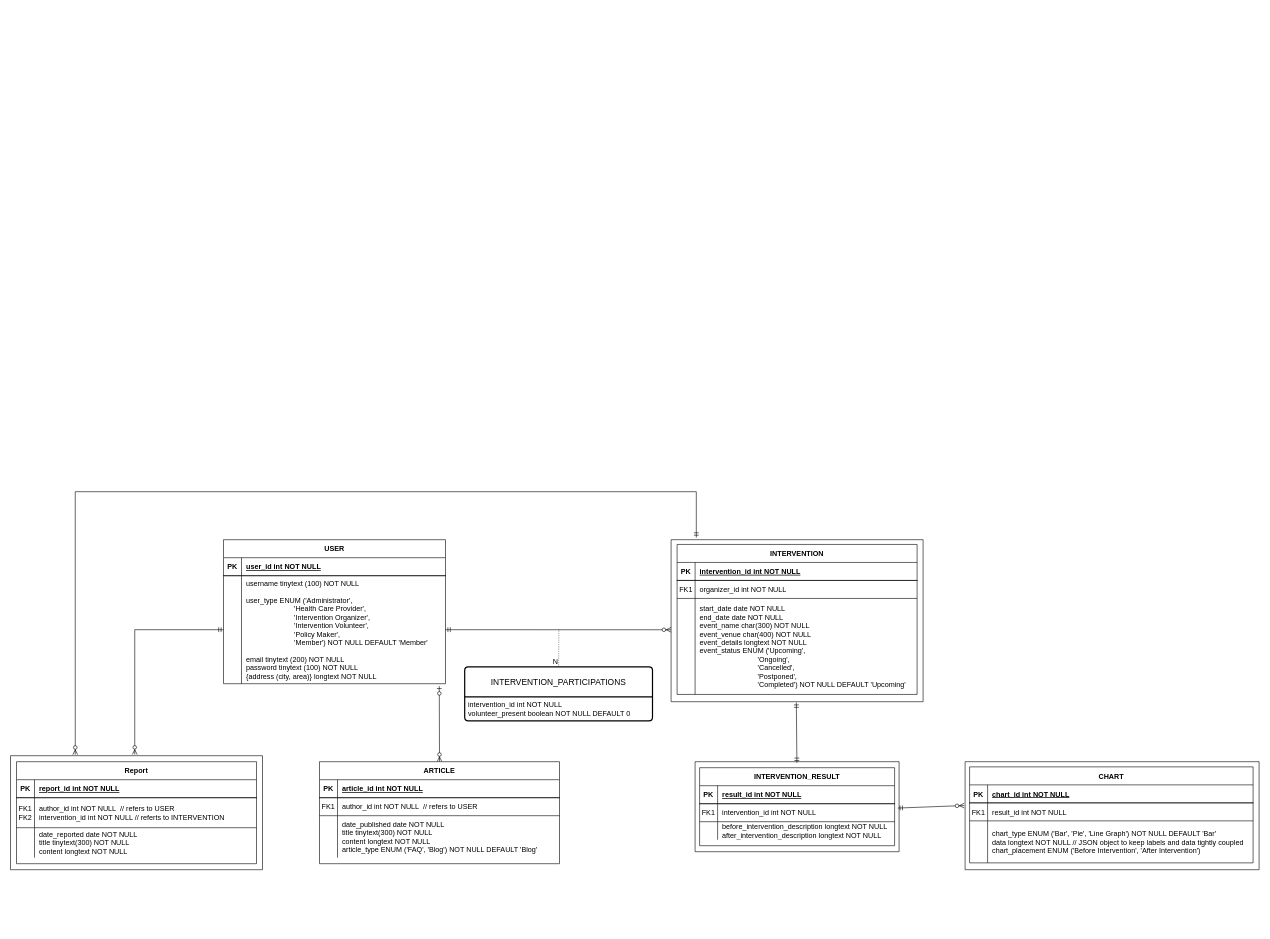
Earlier version of the draw.io diagram EERD.drawio (BloodRiver/public-health-interventions). Source tidied: cells renumbered, new cells numbered last; positions are measured from the earlier drawing's top-left corner, leaving out a move shared by most shapes. Both pictures are drawn from the tidied source at 60%, with x=0, y=0 at pixel (10, 491).
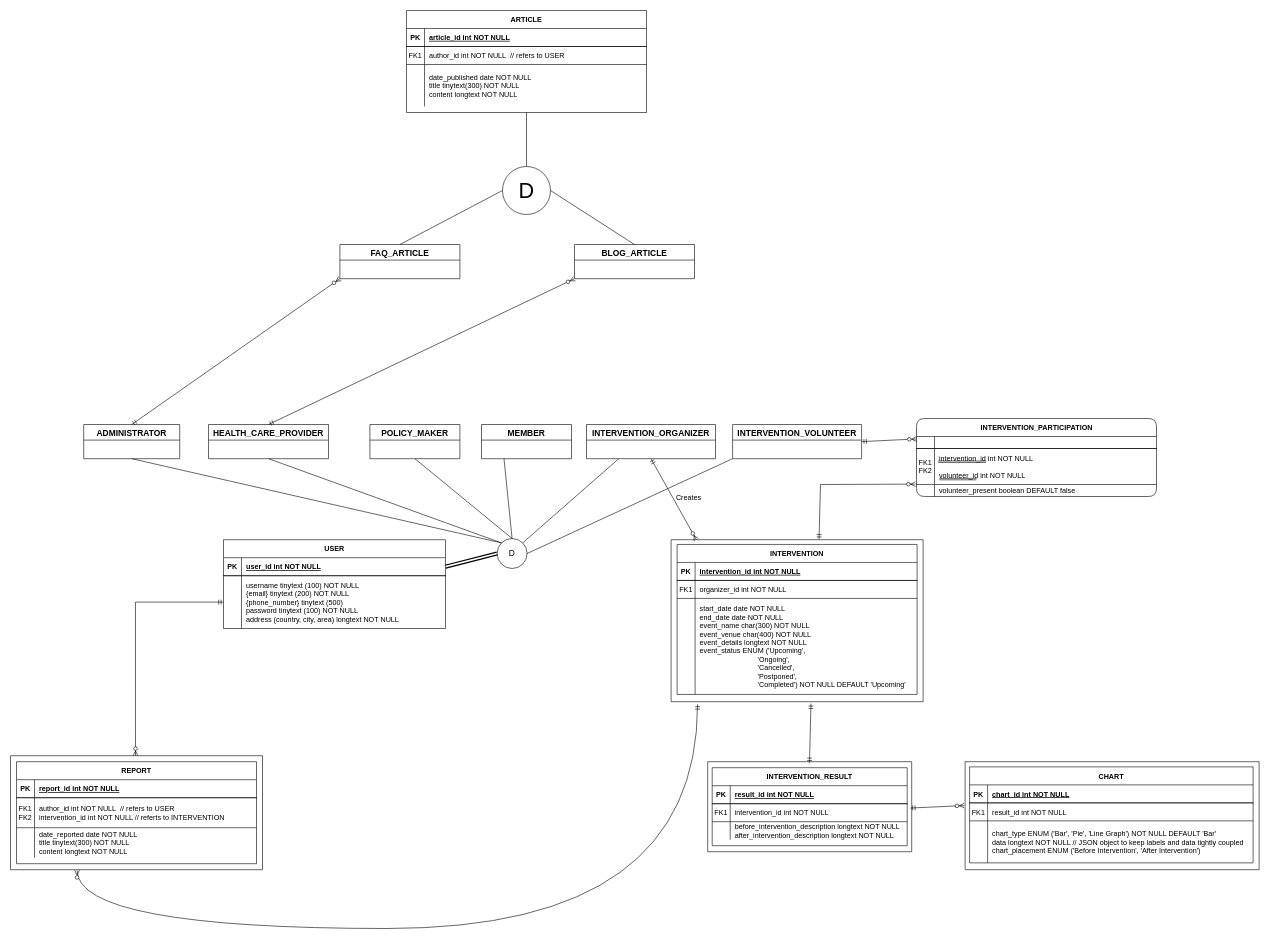
Above is the later version.

The change refers to these unchanged cells:
```xml
<mxCell id="3" style="shape=partialRectangle;fillColor=none;points=[[0,0.5],[1,0.5]];portConstraint=eastwest;top=0;left=0;right=0;bottom=1;" parent="2" vertex="1">
  <mxGeometry y="30" width="370" height="30" as="geometry" />
</mxCell>
<mxCell id="12" style="verticalLabelPosition=bottom;verticalAlign=top;html=1;shape=mxgraph.basic.rect;fillColor2=none;strokeWidth=1;size=20;indent=5;fillColor=none;" parent="11" vertex="1">
  <mxGeometry width="420" height="270" as="geometry" />
</mxCell>
<mxCell id="24" style="verticalLabelPosition=bottom;verticalAlign=top;html=1;shape=mxgraph.basic.rect;fillColor2=none;strokeWidth=1;size=20;indent=5;fillColor=none;" parent="23" vertex="1">
  <mxGeometry width="340" height="150" as="geometry" />
</mxCell>
<mxCell id="60" style="shape=partialRectangle;fillColor=none;top=0;left=0;right=0;bottom=0;" parent="53" vertex="1">
  <mxGeometry y="90" width="400" height="70" as="geometry" />
</mxCell>
```

What changed in the source:
```diff
@@
     <mxCell id="2" value="USER" style="shape=table;startSize=30;childLayout=tableLayout;rowLines=1;fontStyle=1;align=center;" parent="1" vertex="1">
-      <mxGeometry x="355" y="80" width="370" height="240" as="geometry" />
+      <mxGeometry x="355" y="80" width="370" height="148" as="geometry" />
     </mxCell>
@@
     <mxCell id="6" style="shape=partialRectangle;fillColor=none;points=[[0,0.5],[1,0.5]];portConstraint=eastwest;top=0;left=0;right=0;bottom=0;" parent="2" vertex="1">
-      <mxGeometry y="60" width="370" height="180" as="geometry" />
+      <mxGeometry y="60" width="370" height="88" as="geometry" />
     </mxCell>
     <mxCell id="7" style="shape=partialRectangle;overflow=hidden;fillColor=none;top=0;left=0;bottom=0;right=0;" parent="6" vertex="1">
-      <mxGeometry width="30" height="180" as="geometry" />
+      <mxGeometry width="30" height="88" as="geometry" />
     </mxCell>
-    <mxCell id="8" value="username tinytext (100) NOT NULL&#10;&#10;user_type ENUM ('Administrator',&#10;                        'Health Care Provider',&#10;                        'Intervention Organizer',&#10;                        'Intervention Volunteer',&#10;                        'Policy Maker',&#10;                        'Member') NOT NULL DEFAULT 'Member'&#10;&#10;email tinytext (200) NOT NULL&#10;password tinytext (100) NOT NULL&#10;{address (city, area)} longtext NOT NULL" style="shape=partialRectangle;overflow=hidden;fillColor=none;top=0;left=0;bottom=0;right=0;align=left;spacingLeft=6;" parent="6" vertex="1">
-      <mxGeometry x="30" width="340" height="180" as="geometry" />
+    <mxCell id="8" value="username tinytext (100) NOT NULL&#10;{email} tinytext (200) NOT NULL&#10;{phone_number} tinytext (500)&#10;password tinytext (100) NOT NULL&#10;address (country, city, area) longtext NOT NULL" style="shape=partialRectangle;overflow=hidden;fillColor=none;top=0;left=0;bottom=0;right=0;align=left;spacingLeft=6;" parent="6" vertex="1">
+      <mxGeometry x="30" width="340" height="88" as="geometry" />
     </mxCell>
-    <mxCell id="9" style="fontSize=12;html=1;endArrow=ERmandOne;startArrow=ERmandOne;rounded=0;entryX=0.497;entryY=1.005;entryDx=0;entryDy=0;entryPerimeter=0;exitX=0.499;exitY=0.013;exitDx=0;exitDy=0;exitPerimeter=0;" parent="1" edge="1" source="24" target="12">
+    <mxCell id="9" style="fontSize=12;html=1;endArrow=ERmandOne;startArrow=ERmandOne;rounded=0;entryX=0.555;entryY=1.012;entryDx=0;entryDy=0;entryPerimeter=0;exitX=0.499;exitY=0.013;exitDx=0;exitDy=0;exitPerimeter=0;" parent="1" edge="1" source="24" target="12">
       <mxGeometry relative="1" as="geometry" />
     </mxCell>
-    <mxCell id="10" style="fontSize=12;html=1;endArrow=ERzeroToMany;startArrow=ERmandOne;rounded=0;exitX=1;exitY=0.5;exitDx=0;exitDy=0;entryX=0;entryY=0.556;entryDx=0;entryDy=0;entryPerimeter=0;" parent="1" edge="1" source="6" target="12">
+    <mxCell id="10" style="fontSize=12;html=1;endArrow=ERzeroToMany;startArrow=ERmandOne;rounded=0;exitX=1;exitY=0.5;exitDx=0;exitDy=0;entryX=0;entryY=0.206;entryDx=0;entryDy=0;entryPerimeter=0;" parent="1" edge="1" source="80" target="105">
       <mxGeometry relative="1" as="geometry" />
     </mxCell>
@@
     <mxCell id="23" style="group;" parent="1" vertex="1">
-      <mxGeometry x="1141" y="450" width="340" height="150" as="geometry" />
+      <mxGeometry x="1162" y="450" width="340" height="150" as="geometry" />
     </mxCell>
@@
-    <mxCell id="48" value="INTERVENTION_PARTICIPATIONS" style="swimlane;horizontal=1;startSize=50;rounded=1;fontSize=14;fontStyle=0;strokeWidth=2;shadow=0;dashed=0;align=center;arcSize=4;whiteSpace=wrap;html=1;" parent="1" vertex="1">
-      <mxGeometry x="757" y="292" width="313" height="90" as="geometry" />
-    </mxCell>
-    <mxCell id="49" value="intervention_id int NOT NULL&lt;div&gt;volunteer_present boolean NOT NULL DEFAULT 0&lt;/div&gt;" style="align=left;strokeColor=none;fillColor=none;spacingLeft=4;fontSize=12;verticalAlign=top;html=1;" parent="48" vertex="1">
-      <mxGeometry y="50" width="313" height="40" as="geometry" />
-    </mxCell>
-    <mxCell id="50" style="endArrow=none;html=1;rounded=0;dashed=1;dashPattern=1 2;entryX=0.5;entryY=0;entryDx=0;entryDy=0;" parent="1" edge="1" target="48">
-      <mxGeometry relative="1" as="geometry">
-        <mxPoint x="914" y="230" as="sourcePoint" />
-      </mxGeometry>
-    </mxCell>
-    <mxCell id="51" value="N" style="html=1;whiteSpace=wrap;align=right;verticalAlign=bottom;" parent="50" vertex="1">
-      <mxGeometry x="1" relative="1" as="geometry" />
-    </mxCell>
-    <mxCell id="52" style="fontSize=12;html=1;endArrow=ERzeroToMany;startArrow=ERzeroToOne;rounded=0;entryX=0.5;entryY=0;entryDx=0;entryDy=0;exitX=0.972;exitY=1.023;exitDx=0;exitDy=0;exitPerimeter=0;" parent="1" edge="1" source="6" target="53">
-      <mxGeometry relative="1" as="geometry" />
-    </mxCell>
     <mxCell id="53" value="ARTICLE" style="shape=table;startSize=30;childLayout=tableLayout;rowLines=1;fontStyle=1;align=center;strokeColor=default;noLabel=0;" parent="1" vertex="1">
-      <mxGeometry x="515" y="450" width="400" height="170" as="geometry" />
+      <mxGeometry x="660" y="-802" width="400" height="170" as="geometry" />
     </mxCell>
@@
-    <mxCell id="62" value="date_published date NOT NULL&#10;title tinytext(300) NOT NULL&#10;content longtext NOT NULL&#10;article_type ENUM ('FAQ', 'Blog') NOT NULL DEFAULT 'Blog'" style="shape=partialRectangle;overflow=hidden;fillColor=none;top=0;left=0;bottom=0;right=0;align=left;spacingLeft=6;" parent="60" vertex="1">
+    <mxCell id="62" value="date_published date NOT NULL&#10;title tinytext(300) NOT NULL&#10;content longtext NOT NULL" style="shape=partialRectangle;overflow=hidden;fillColor=none;top=0;left=0;bottom=0;right=0;align=left;spacingLeft=6;" parent="60" vertex="1">
       <mxGeometry x="30" width="370" height="70" as="geometry" />
     </mxCell>
-    <mxCell id="63" style="group;" parent="1" vertex="1">
-      <mxGeometry y="440" width="420" height="190" as="geometry" />
-    </mxCell>
+    <mxCell id="75" style="edgeStyle=orthogonalEdgeStyle;fontSize=12;html=1;endArrow=ERzeroToMany;startArrow=ERmandOne;rounded=0;exitX=0;exitY=0.5;exitDx=0;exitDy=0;entryX=0.496;entryY=0;entryDx=0;entryDy=0;entryPerimeter=0;" parent="1" edge="1" source="6" target="64">
+      <mxGeometry relative="1" as="geometry" />
+    </mxCell>
+    <mxCell id="76" style="edgeStyle=orthogonalEdgeStyle;fontSize=12;html=1;endArrow=ERzeroToMany;startArrow=ERmandOne;rounded=0;exitX=0.105;exitY=1.016;exitDx=0;exitDy=0;exitPerimeter=0;curved=1;entryX=0.264;entryY=1.005;entryDx=0;entryDy=0;entryPerimeter=0;" parent="1" edge="1" source="12" target="64">
+      <mxGeometry relative="1" as="geometry">
+        <Array as="points">
+          <mxPoint x="1145" y="728" />
+          <mxPoint x="111" y="728" />
+        </Array>
+      </mxGeometry>
+    </mxCell>
+    <mxCell id="77" value="ADMINISTRATOR" style="swimlane;fontStyle=1;horizontal=1;startSize=26;align=center;fontSize=14;" parent="1" vertex="1">
+      <mxGeometry x="122" y="-112" width="160" height="57" as="geometry" />
+    </mxCell>
+    <mxCell id="78" value="HEALTH_CARE_PROVIDER" style="swimlane;fontStyle=1;horizontal=1;startSize=26;align=center;fontSize=14;" parent="1" vertex="1">
+      <mxGeometry x="330" y="-112" width="200" height="57" as="geometry" />
+    </mxCell>
+    <mxCell id="79" value="INTERVENTION_ORGANIZER" style="swimlane;fontStyle=1;horizontal=1;startSize=26;align=center;fontSize=14;" parent="1" vertex="1">
+      <mxGeometry x="960" y="-112" width="215" height="57" as="geometry" />
+    </mxCell>
+    <mxCell id="80" value="INTERVENTION_VOLUNTEER" style="swimlane;fontStyle=1;horizontal=1;startSize=26;align=center;fontSize=14;" parent="1" vertex="1">
+      <mxGeometry x="1203.5" y="-112" width="215" height="57" as="geometry" />
+    </mxCell>
+    <mxCell id="81" value="POLICY_MAKER" style="swimlane;fontStyle=1;horizontal=1;startSize=26;align=center;fontSize=14;" parent="1" vertex="1">
+      <mxGeometry x="599" y="-112" width="150" height="57" as="geometry" />
+    </mxCell>
+    <mxCell id="82" value="MEMBER" style="swimlane;fontStyle=1;horizontal=1;startSize=26;align=center;fontSize=14;" parent="1" vertex="1">
+      <mxGeometry x="785" y="-112" width="150" height="57" as="geometry" />
+    </mxCell>
+    <mxCell id="83" style="fontSize=12;html=1;endArrow=ERzeroToMany;startArrow=ERmandOne;rounded=0;exitX=0.5;exitY=0;exitDx=0;exitDy=0;entryX=0;entryY=1;entryDx=0;entryDy=0;" parent="1" edge="1" source="77" target="87">
+      <mxGeometry relative="1" as="geometry" />
+    </mxCell>
+    <mxCell id="84" style="fontSize=12;html=1;endArrow=ERzeroToMany;startArrow=ERmandOne;rounded=0;exitX=0.5;exitY=0;exitDx=0;exitDy=0;entryX=0;entryY=1;entryDx=0;entryDy=0;" parent="1" edge="1" source="78" target="88">
+      <mxGeometry relative="1" as="geometry" />
+    </mxCell>
+    <mxCell id="85" value="&lt;font style=&quot;font-size: 36px;&quot;&gt;D&lt;/font&gt;" style="ellipse;whiteSpace=wrap;html=1;" parent="1" vertex="1">
+      <mxGeometry x="820" y="-542" width="80" height="80" as="geometry" />
+    </mxCell>
+    <mxCell id="86" style="endArrow=none;html=1;rounded=0;entryX=0.5;entryY=1;entryDx=0;entryDy=0;exitX=0.5;exitY=0;exitDx=0;exitDy=0;" parent="1" edge="1" source="85" target="53">
+      <mxGeometry relative="1" as="geometry" />
+    </mxCell>
+    <mxCell id="87" value="FAQ_ARTICLE" style="swimlane;fontStyle=1;horizontal=1;startSize=26;align=center;fontSize=14;" parent="1" vertex="1">
+      <mxGeometry x="549" y="-412" width="200" height="57" as="geometry" />
+    </mxCell>
+    <mxCell id="88" value="BLOG_ARTICLE" style="swimlane;fontStyle=1;horizontal=1;startSize=26;align=center;fontSize=14;" parent="1" vertex="1">
+      <mxGeometry x="940" y="-412" width="200" height="57" as="geometry" />
+    </mxCell>
+    <mxCell id="89" style="endArrow=none;html=1;rounded=0;entryX=0;entryY=0.5;entryDx=0;entryDy=0;exitX=0.5;exitY=0;exitDx=0;exitDy=0;" parent="1" edge="1" source="87" target="85">
+      <mxGeometry relative="1" as="geometry" />
+    </mxCell>
+    <mxCell id="90" style="endArrow=none;html=1;rounded=0;entryX=0.5;entryY=0;entryDx=0;entryDy=0;exitX=1;exitY=0.5;exitDx=0;exitDy=0;" parent="1" edge="1" source="85" target="88">
+      <mxGeometry relative="1" as="geometry" />
+    </mxCell>
+    <mxCell id="91" style="group;" parent="1" vertex="1">
+      <mxGeometry y="440" width="420" height="190" as="geometry" />
+    </mxCell>
-    <mxCell id="64" style="verticalLabelPosition=bottom;verticalAlign=top;html=1;shape=mxgraph.basic.rect;fillColor2=none;strokeWidth=1;size=20;indent=5;fillColor=none;" parent="63" vertex="1">
+    <mxCell id="64" style="verticalLabelPosition=bottom;verticalAlign=top;html=1;shape=mxgraph.basic.rect;fillColor2=none;strokeWidth=1;size=20;indent=5;fillColor=none;" parent="91" vertex="1">
       <mxGeometry width="420" height="190" as="geometry" />
     </mxCell>
-    <mxCell id="65" value="Report" style="shape=table;startSize=30;childLayout=tableLayout;rowLines=1;fontStyle=1;align=center;strokeColor=default;noLabel=0;" parent="63" vertex="1">
+    <mxCell id="65" value="REPORT" style="shape=table;startSize=30;childLayout=tableLayout;rowLines=1;fontStyle=1;align=center;strokeColor=default;noLabel=0;" parent="91" vertex="1">
       <mxGeometry x="10" y="10" width="400" height="170" as="geometry" />
     </mxCell>
@@
-    <mxCell id="75" style="edgeStyle=orthogonalEdgeStyle;fontSize=12;html=1;endArrow=ERzeroToMany;startArrow=ERmandOne;rounded=0;exitX=0;exitY=0.5;exitDx=0;exitDy=0;entryX=0.493;entryY=-0.01;entryDx=0;entryDy=0;entryPerimeter=0;" parent="1" edge="1" source="6" target="64">
-      <mxGeometry relative="1" as="geometry" />
-    </mxCell>
-    <mxCell id="76" style="edgeStyle=orthogonalEdgeStyle;fontSize=12;html=1;endArrow=ERzeroToMany;startArrow=ERmandOne;rounded=0;exitX=0.1;exitY=-0.013;exitDx=0;exitDy=0;entryX=0.257;entryY=-0.009;entryDx=0;entryDy=0;entryPerimeter=0;exitPerimeter=0;" parent="1" edge="1" source="12" target="64">
-      <mxGeometry relative="1" as="geometry">
-        <Array as="points">
-          <mxPoint x="1143" />
-          <mxPoint x="108" />
-        </Array>
-      </mxGeometry>
-    </mxCell>
+    <mxCell id="92" style="fontSize=12;html=1;endArrow=ERzeroToMany;startArrow=ERmandOne;rounded=0;exitX=0.5;exitY=1;exitDx=0;exitDy=0;entryX=0.1;entryY=0;entryDx=0;entryDy=0;entryPerimeter=0;" parent="1" edge="1" source="79" target="12">
+      <mxGeometry relative="1" as="geometry" />
+    </mxCell>
+    <mxCell id="93" value="&lt;font style=&quot;font-size: 14px;&quot;&gt;D&lt;/font&gt;" style="ellipse;whiteSpace=wrap;html=1;" parent="1" vertex="1">
+      <mxGeometry x="811" y="78" width="50" height="50" as="geometry" />
+    </mxCell>
+    <mxCell id="94" style="endArrow=none;html=1;rounded=0;entryX=0.5;entryY=1;entryDx=0;entryDy=0;exitX=0;exitY=0;exitDx=0;exitDy=0;" parent="1" edge="1" source="93" target="77">
+      <mxGeometry relative="1" as="geometry" />
+    </mxCell>
+    <mxCell id="95" style="endArrow=none;html=1;rounded=0;entryX=0;entryY=0.5;entryDx=0;entryDy=0;exitX=1;exitY=0.5;exitDx=0;exitDy=0;shape=link;strokeWidth=2;" parent="1" edge="1" source="3" target="93">
+      <mxGeometry relative="1" as="geometry" />
+    </mxCell>
+    <mxCell id="96" style="endArrow=none;html=1;rounded=0;entryX=0.25;entryY=1;entryDx=0;entryDy=0;exitX=1;exitY=0;exitDx=0;exitDy=0;" parent="1" edge="1" source="93" target="79">
+      <mxGeometry relative="1" as="geometry" />
+    </mxCell>
+    <mxCell id="97" style="endArrow=none;html=1;rounded=0;entryX=0.5;entryY=1;entryDx=0;entryDy=0;exitX=0;exitY=0;exitDx=0;exitDy=0;" parent="1" edge="1" source="93" target="78">
+      <mxGeometry relative="1" as="geometry" />
+    </mxCell>
+    <mxCell id="98" style="endArrow=none;html=1;rounded=0;entryX=0.5;entryY=1;entryDx=0;entryDy=0;exitX=0.5;exitY=0;exitDx=0;exitDy=0;" parent="1" edge="1" source="93" target="81">
+      <mxGeometry relative="1" as="geometry" />
+    </mxCell>
+    <mxCell id="99" style="endArrow=none;html=1;rounded=0;entryX=0.25;entryY=1;entryDx=0;entryDy=0;exitX=0.5;exitY=0;exitDx=0;exitDy=0;" parent="1" edge="1" source="93" target="82">
+      <mxGeometry relative="1" as="geometry" />
+    </mxCell>
+    <mxCell id="100" style="endArrow=none;html=1;rounded=0;entryX=0;entryY=1;entryDx=0;entryDy=0;exitX=1;exitY=0.5;exitDx=0;exitDy=0;" parent="1" edge="1" source="93" target="80">
+      <mxGeometry relative="1" as="geometry" />
+    </mxCell>
+    <mxCell id="101" style="fontSize=12;html=1;endArrow=ERzeroToMany;startArrow=ERmandOne;rounded=0;exitX=0.587;exitY=-0.002;exitDx=0;exitDy=0;entryX=-0.004;entryY=0.99;entryDx=0;entryDy=0;exitPerimeter=0;entryPerimeter=0;" parent="1" edge="1" source="12" target="108">
+      <mxGeometry relative="1" as="geometry">
+        <Array as="points">
+          <mxPoint x="1350" y="-12" />
+        </Array>
+      </mxGeometry>
+    </mxCell>
+    <mxCell id="102" value="Creates" style="text;html=1;align=center;verticalAlign=middle;strokeColor=none;fillColor=none;" parent="1" vertex="1">
+      <mxGeometry x="1095" y="-4" width="70" height="30" as="geometry" />
+    </mxCell>
+    <mxCell id="103" style="group;" parent="1" vertex="1">
+      <mxGeometry x="1510" y="-122" width="400" height="130" as="geometry" />
+    </mxCell>
+    <mxCell id="104" value="INTERVENTION_PARTICIPATION" style="shape=table;startSize=30;childLayout=tableLayout;rowLines=1;fontStyle=1;align=center;strokeColor=default;noLabel=0;rounded=1;html=1;" parent="103" vertex="1">
+      <mxGeometry width="400" height="130" as="geometry" />
+    </mxCell>
+    <mxCell id="105" style="shape=partialRectangle;fillColor=none;points=[[0,0.5],[1,0.5]];portConstraint=eastwest;top=0;left=0;right=0;bottom=1;" parent="104" vertex="1">
+      <mxGeometry y="30" width="400" height="20" as="geometry" />
+    </mxCell>
+    <mxCell id="106" style="shape=partialRectangle;overflow=hidden;fillColor=none;top=0;left=0;bottom=0;right=0;fontStyle=1;" parent="105" vertex="1">
+      <mxGeometry width="30" height="20" as="geometry" />
+    </mxCell>
+    <mxCell id="107" style="shape=partialRectangle;overflow=hidden;fillColor=none;top=0;left=0;bottom=0;right=0;align=left;spacingLeft=6;fontStyle=5;" parent="105" vertex="1">
+      <mxGeometry x="30" width="370" height="20" as="geometry" />
+    </mxCell>
+    <mxCell id="108" style="shape=partialRectangle;fillColor=none;points=[[0,0.5],[1,0.5]];portConstraint=eastwest;top=0;left=0;right=0;bottom=0;" parent="104" vertex="1">
+      <mxGeometry y="50" width="400" height="60" as="geometry" />
+    </mxCell>
+    <mxCell id="109" value="FK1&#10;FK2" style="shape=partialRectangle;overflow=hidden;fillColor=none;top=0;left=0;bottom=0;right=0;" parent="108" vertex="1">
+      <mxGeometry width="30" height="60" as="geometry" />
+    </mxCell>
+    <mxCell id="110" value="intervention_id int NOT NULL&#10;&#10;volunteer_id int NOT NULL" style="shape=partialRectangle;overflow=hidden;fillColor=none;top=0;left=0;bottom=0;right=0;align=left;spacingLeft=6;fontStyle=0;" parent="108" vertex="1">
+      <mxGeometry x="30" width="370" height="60" as="geometry" />
+    </mxCell>
+    <mxCell id="111" style="shape=partialRectangle;fillColor=none;top=0;left=0;right=0;bottom=0;" parent="104" vertex="1">
+      <mxGeometry y="110" width="400" height="20" as="geometry" />
+    </mxCell>
+    <mxCell id="112" style="shape=partialRectangle;overflow=hidden;fillColor=none;top=0;left=0;bottom=0;right=0;" parent="111" vertex="1">
+      <mxGeometry width="30" height="20" as="geometry" />
+    </mxCell>
+    <mxCell id="113" value="volunteer_present boolean DEFAULT false" style="shape=partialRectangle;overflow=hidden;fillColor=none;top=0;left=0;bottom=0;right=0;align=left;spacingLeft=6;" parent="111" vertex="1">
+      <mxGeometry x="30" width="370" height="20" as="geometry" />
+    </mxCell>
+    <mxCell id="114" style="endArrow=none;html=1;rounded=0;shape=link;strokeWidth=1;sourcePerimeterSpacing=0;targetPerimeterSpacing=1;width=-2.413793103448276;" parent="103" edge="1">
+      <mxGeometry relative="1" as="geometry">
+        <mxPoint x="36" y="72" as="sourcePoint" />
+        <mxPoint x="116" y="72" as="targetPoint" />
+      </mxGeometry>
+    </mxCell>
+    <mxCell id="115" style="endArrow=none;html=1;rounded=0;shape=link;strokeWidth=1;sourcePerimeterSpacing=0;targetPerimeterSpacing=1;width=-2.413793103448276;" parent="103" edge="1">
+      <mxGeometry relative="1" as="geometry">
+        <mxPoint x="38" y="101" as="sourcePoint" />
+        <mxPoint x="100" y="101" as="targetPoint" />
+      </mxGeometry>
+    </mxCell>
```
